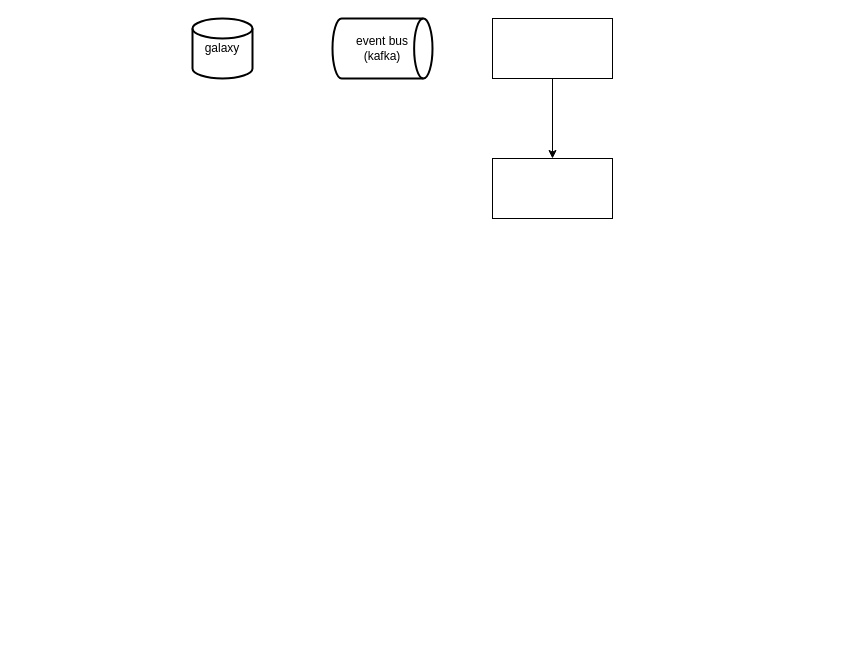
lixyu/draw keeps this draw.io diagram as disney/guest-photo-flow.drawio. Above is the earlier version. Source tidied: cells renumbered, new cells numbered last; positions are measured from the earlier drawing's top-left corner, leaving out a move shared by most shapes. Both pictures are drawn from the tidied source at 100%, with x=0, y=0 at pixel (192, 18).
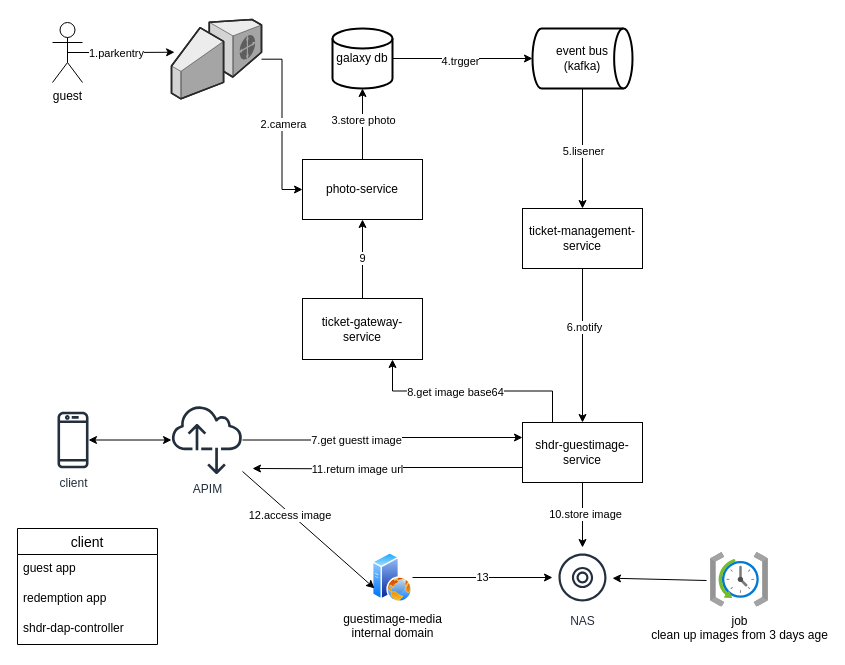
The same page after the edit.

The change refers to these unchanged cells:
```xml
<mxCell id="4" style="edgeStyle=orthogonalEdgeStyle;rounded=0;jettySize=auto;html=1;" parent="1" edge="1" source="5" target="6">
  <mxGeometry relative="1" as="geometry" />
</mxCell>
```

The edit, as a diff of the source:
```diff
@@
+    <mxCell id="7" style="edgeStyle=orthogonalEdgeStyle;rounded=0;jettySize=auto;html=1;exitX=1;exitY=0.5;exitDx=0;exitDy=0;exitPerimeter=0;entryX=0;entryY=0.5;entryDx=0;entryDy=0;entryPerimeter=0;" parent="1" edge="1" source="2" target="3">
+      <mxGeometry relative="1" as="geometry" />
+    </mxCell>
+    <mxCell id="8" value="4.trgger" style="edgeLabel;html=1;align=center;verticalAlign=middle;" parent="7" vertex="1">
+      <mxGeometry x="-0.04" y="-2" relative="1" as="geometry" />
+    </mxCell>
-    <mxCell id="2" value="galaxy" style="strokeWidth=2;html=1;shape=mxgraph.flowchart.database;whiteSpace=wrap;" parent="1" vertex="1">
-      <mxGeometry width="60" height="60" as="geometry" />
+    <mxCell id="2" value="galaxy db" style="strokeWidth=2;html=1;shape=mxgraph.flowchart.database;whiteSpace=wrap;" parent="1" vertex="1">
+      <mxGeometry x="140" y="10" width="60" height="60" as="geometry" />
     </mxCell>
+    <mxCell id="9" style="edgeStyle=orthogonalEdgeStyle;rounded=0;jettySize=auto;html=1;exitX=0.5;exitY=1;exitDx=0;exitDy=0;exitPerimeter=0;" parent="1" edge="1" source="3" target="5">
+      <mxGeometry relative="1" as="geometry" />
+    </mxCell>
+    <mxCell id="10" value="5.lisener" style="edgeLabel;html=1;align=center;verticalAlign=middle;" parent="9" vertex="1">
+      <mxGeometry x="0.03" relative="1" as="geometry" />
+    </mxCell>
     <mxCell id="3" value="event bus&lt;br&gt;(kafka)" style="strokeWidth=2;html=1;shape=mxgraph.flowchart.direct_data;whiteSpace=wrap;" parent="1" vertex="1">
-      <mxGeometry x="140" width="100" height="60" as="geometry" />
+      <mxGeometry x="340" y="10" width="100" height="60" as="geometry" />
     </mxCell>
@@
+    <mxCell id="11" value="6.notify" style="edgeLabel;html=1;align=center;verticalAlign=middle;" parent="4" vertex="1">
+      <mxGeometry x="-0.25" y="1" relative="1" as="geometry" />
+    </mxCell>
-    <mxCell id="5" style="rounded=0;whiteSpace=wrap;html=1;" parent="1" vertex="1">
-      <mxGeometry x="300" width="120" height="60" as="geometry" />
+    <mxCell id="5" value="ticket-management-service" style="rounded=0;whiteSpace=wrap;html=1;" parent="1" vertex="1">
+      <mxGeometry x="330" y="190" width="120" height="60" as="geometry" />
     </mxCell>
+    <mxCell id="12" style="edgeStyle=orthogonalEdgeStyle;rounded=0;jettySize=auto;html=1;exitX=0.25;exitY=0;exitDx=0;exitDy=0;entryX=0.75;entryY=1;entryDx=0;entryDy=0;" parent="1" edge="1" source="6" target="39">
+      <mxGeometry relative="1" as="geometry" />
+    </mxCell>
+    <mxCell id="13" value="8.get image base64" style="edgeLabel;html=1;align=center;verticalAlign=middle;" parent="12" vertex="1">
+      <mxGeometry x="0.16" y="1" relative="1" as="geometry" />
+    </mxCell>
+    <mxCell id="14" style="edgeStyle=orthogonalEdgeStyle;rounded=0;jettySize=auto;html=1;exitX=0.5;exitY=1;exitDx=0;exitDy=0;" parent="1" edge="1" source="6" target="34">
+      <mxGeometry relative="1" as="geometry" />
+    </mxCell>
+    <mxCell id="15" value="10.store image" style="edgeLabel;html=1;align=center;verticalAlign=middle;" parent="14" vertex="1">
+      <mxGeometry x="-0.06" y="2" relative="1" as="geometry" />
+    </mxCell>
+    <mxCell id="16" style="edgeStyle=orthogonalEdgeStyle;rounded=0;jettySize=auto;html=1;exitX=0;exitY=0.75;exitDx=0;exitDy=0;" parent="1" edge="1" source="6">
+      <mxGeometry relative="1" as="geometry">
+        <mxPoint x="60" y="450" as="targetPoint" />
+      </mxGeometry>
+    </mxCell>
+    <mxCell id="17" value="11.return image url" style="edgeLabel;html=1;align=center;verticalAlign=middle;" parent="16" vertex="1">
+      <mxGeometry x="0.23" relative="1" as="geometry" />
+    </mxCell>
-    <mxCell id="6" style="rounded=0;whiteSpace=wrap;html=1;" parent="1" vertex="1">
-      <mxGeometry x="300" y="140" width="120" height="60" as="geometry" />
+    <mxCell id="6" value="shdr-guestimage-service" style="rounded=0;whiteSpace=wrap;html=1;" parent="1" vertex="1">
+      <mxGeometry x="330" y="404" width="120" height="60" as="geometry" />
     </mxCell>
+    <mxCell id="18" style="edgeStyle=orthogonalEdgeStyle;rounded=0;jettySize=auto;html=1;exitX=0.5;exitY=0.5;exitDx=0;exitDy=0;exitPerimeter=0;entryX=0.034;entryY=0.413;entryDx=0;entryDy=0;entryPerimeter=0;" parent="1" edge="1" source="20" target="27">
+      <mxGeometry relative="1" as="geometry" />
+    </mxCell>
+    <mxCell id="19" value="1.parkentry" style="edgeLabel;html=1;align=center;verticalAlign=middle;" parent="18" vertex="1">
+      <mxGeometry x="-0.18" relative="1" as="geometry">
+        <mxPoint x="4" as="offset" />
+      </mxGeometry>
+    </mxCell>
+    <mxCell id="20" value="guest" style="shape=umlActor;verticalLabelPosition=bottom;verticalAlign=top;html=1;outlineConnect=0;" parent="1" vertex="1">
+      <mxGeometry x="-140" y="4" width="30" height="60" as="geometry" />
+    </mxCell>
+    <mxCell id="21" value="client" style="sketch=0;outlineConnect=0;fontColor=#232F3E;gradientColor=none;fillColor=#232F3D;strokeColor=none;dashed=0;verticalLabelPosition=bottom;verticalAlign=top;align=center;html=1;fontSize=12;fontStyle=0;shape=mxgraph.aws4.mobile_client;" parent="1" vertex="1">
+      <mxGeometry x="-135" y="392" width="31" height="59" as="geometry" />
+    </mxCell>
+    <mxCell id="22" style="edgeStyle=orthogonalEdgeStyle;rounded=0;jettySize=auto;html=1;exitX=0.5;exitY=0;exitDx=0;exitDy=0;entryX=0.5;entryY=1;entryDx=0;entryDy=0;entryPerimeter=0;" parent="1" edge="1" source="24" target="2">
+      <mxGeometry relative="1" as="geometry" />
+    </mxCell>
+    <mxCell id="23" value="3.store photo" style="edgeLabel;html=1;align=center;verticalAlign=middle;" parent="22" vertex="1">
+      <mxGeometry x="0.12" relative="1" as="geometry" />
+    </mxCell>
+    <mxCell id="24" value="photo-service" style="whiteSpace=wrap;html=1;rounded=0;" parent="1" vertex="1">
+      <mxGeometry x="110" y="141" width="120" height="60" as="geometry" />
+    </mxCell>
+    <mxCell id="25" style="edgeStyle=orthogonalEdgeStyle;rounded=0;jettySize=auto;html=1;entryX=0;entryY=0.5;entryDx=0;entryDy=0;" parent="1" edge="1" source="27" target="24">
+      <mxGeometry relative="1" as="geometry" />
+    </mxCell>
+    <mxCell id="26" value="2.camera" style="edgeLabel;html=1;align=center;verticalAlign=middle;" parent="25" vertex="1">
+      <mxGeometry x="-0.01" y="1" relative="1" as="geometry" />
+    </mxCell>
+    <mxCell id="27" style="verticalLabelPosition=bottom;html=1;verticalAlign=top;strokeWidth=1;align=center;outlineConnect=0;dashed=0;outlineConnect=0;shape=mxgraph.aws3d.customerGateway;fillColor=#ECECEC;strokeColor=#5E5E5E;" parent="1" vertex="1">
+      <mxGeometry x="-21" y="1" width="90" height="79.3" as="geometry" />
+    </mxCell>
+    <mxCell id="28" style="edgeStyle=orthogonalEdgeStyle;rounded=0;jettySize=auto;html=1;entryX=0;entryY=0.25;entryDx=0;entryDy=0;" parent="1" edge="1" source="30" target="6">
+      <mxGeometry relative="1" as="geometry" />
+    </mxCell>
+    <mxCell id="29" value="7.get guestt image" style="edgeLabel;html=1;align=center;verticalAlign=middle;" parent="28" vertex="1">
+      <mxGeometry x="-0.2" y="1" relative="1" as="geometry">
+        <mxPoint y="1" as="offset" />
+      </mxGeometry>
+    </mxCell>
+    <mxCell id="30" value="APIM" style="sketch=0;outlineConnect=0;fontColor=#232F3E;gradientColor=none;fillColor=#232F3D;strokeColor=none;dashed=0;verticalLabelPosition=bottom;verticalAlign=top;align=center;html=1;fontSize=12;fontStyle=0;shape=mxgraph.aws4.internet_alt2;" parent="1" vertex="1">
+      <mxGeometry x="-21" y="386" width="71" height="71" as="geometry" />
+    </mxCell>
+    <mxCell id="31" style="edgeStyle=orthogonalEdgeStyle;rounded=0;jettySize=auto;html=1;exitX=1;exitY=0.5;exitDx=0;exitDy=0;" parent="1" edge="1" source="33" target="34">
+      <mxGeometry relative="1" as="geometry" />
+    </mxCell>
+    <mxCell id="32" value="13" style="edgeLabel;html=1;align=center;verticalAlign=middle;" parent="31" vertex="1">
+      <mxGeometry x="-0.01" y="1" relative="1" as="geometry" />
+    </mxCell>
+    <mxCell id="33" value="guestimage-media&lt;br&gt;internal&amp;nbsp;domain" style="image;perimeter=ellipsePerimeter;html=1;align=center;shadow=0;dashed=0;spacingTop=3;image=img/lib/active_directory/web_server.svg;" parent="1" vertex="1">
+      <mxGeometry x="180" y="534" width="40" height="50" as="geometry" />
+    </mxCell>
+    <mxCell id="34" value="NAS" style="sketch=0;outlineConnect=0;fontColor=#232F3E;gradientColor=none;strokeColor=#232F3E;fillColor=#ffffff;dashed=0;verticalLabelPosition=bottom;verticalAlign=top;align=center;html=1;fontSize=12;fontStyle=0;shape=mxgraph.aws4.resourceIcon;resIcon=mxgraph.aws4.disk;" parent="1" vertex="1">
+      <mxGeometry x="360" y="529" width="60" height="60" as="geometry" />
+    </mxCell>
+    <mxCell id="35" style="endArrow=classic;html=1;rounded=0;entryX=0;entryY=0.75;entryDx=0;entryDy=0;" parent="1" edge="1" source="30" target="33">
+      <mxGeometry relative="1" as="geometry" />
+    </mxCell>
+    <mxCell id="36" value="12.access image&amp;nbsp;" style="edgeLabel;html=1;align=center;verticalAlign=middle;" parent="35" vertex="1">
+      <mxGeometry x="-0.26" relative="1" as="geometry" />
+    </mxCell>
+    <mxCell id="37" style="endArrow=classic;startArrow=classic;html=1;rounded=0;" parent="1" edge="1" source="21" target="30">
+      <mxGeometry relative="1" as="geometry" />
+    </mxCell>
+    <mxCell id="38" value="9" style="edgeStyle=orthogonalEdgeStyle;rounded=0;jettySize=auto;html=1;exitX=0.5;exitY=0;exitDx=0;exitDy=0;entryX=0.5;entryY=1;entryDx=0;entryDy=0;" parent="1" edge="1" source="39" target="24">
+      <mxGeometry relative="1" as="geometry" />
+    </mxCell>
+    <mxCell id="39" value="ticket-gateway-service" style="whiteSpace=wrap;html=1;rounded=0;" parent="1" vertex="1">
+      <mxGeometry x="110" y="280" width="120" height="61" as="geometry" />
+    </mxCell>
+    <mxCell id="40" value="client" style="swimlane;fontStyle=0;horizontal=1;startSize=26;align=center;fontSize=14;" parent="1" vertex="1">
+      <mxGeometry x="-175" y="510" width="140" height="116" as="geometry" />
+    </mxCell>
+    <mxCell id="41" value="guest app" style="text;strokeColor=none;fillColor=none;spacingLeft=4;spacingRight=4;overflow=hidden;fontSize=12;whiteSpace=wrap;html=1;" parent="40" vertex="1">
+      <mxGeometry y="26" width="140" height="30" as="geometry" />
+    </mxCell>
+    <mxCell id="42" value="redemption app" style="text;strokeColor=none;fillColor=none;spacingLeft=4;spacingRight=4;overflow=hidden;fontSize=12;whiteSpace=wrap;html=1;" parent="40" vertex="1">
+      <mxGeometry y="56" width="140" height="30" as="geometry" />
+    </mxCell>
+    <mxCell id="43" value="shdr-dap-controller" style="text;strokeColor=none;fillColor=none;spacingLeft=4;spacingRight=4;overflow=hidden;fontSize=12;whiteSpace=wrap;html=1;" parent="40" vertex="1">
+      <mxGeometry y="86" width="140" height="30" as="geometry" />
+    </mxCell>
+    <mxCell id="44" value="job&lt;br&gt;clean up images from 3 days age" style="image;html=1;points=[];align=center;fontSize=12;image=img/lib/azure2/management_governance/Scheduler_Job_Collections.svg;" parent="1" vertex="1">
+      <mxGeometry x="518" y="534" width="58" height="54.6" as="geometry" />
+    </mxCell>
+    <mxCell id="45" style="endArrow=classic;html=1;rounded=0;exitX=-0.069;exitY=0.513;exitDx=0;exitDy=0;exitPerimeter=0;" parent="1" edge="1" source="44" target="34">
+      <mxGeometry relative="1" as="geometry" />
+    </mxCell>
```
